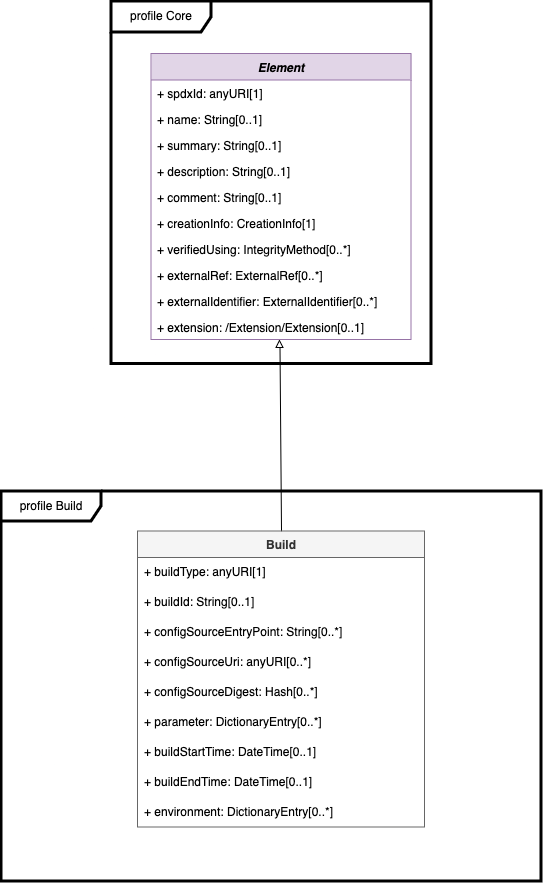
The draw.io diagram images/model-build.png in spdx/spdx-3-model, before a commit. Source tidied: cells renumbered, new cells last; positions are measured from the earlier drawing's top-left corner, leaving out a move shared by most shapes. Its diagram source:
```xml
<mxGraphModel>
  <root>
    <mxCell id="0" />
    <mxCell id="1" parent="0" />
    <mxCell id="2" value="profile Core" style="shape=umlFrame;whiteSpace=wrap;html=1;width=100;height=31;strokeWidth=3;" parent="1" vertex="1">
      <mxGeometry x="110" width="320" height="362.5" as="geometry" />
    </mxCell>
    <mxCell id="3" value="Element" style="swimlane;fontStyle=3;horizontal=1;startSize=26;fillColor=#e1d5e7;strokeColor=#9673a6;" parent="1" vertex="1">
      <mxGeometry x="150" y="52.5" width="260" height="286" as="geometry" />
    </mxCell>
    <mxCell id="4" value="+ spdxId: anyURI[1]" style="text;strokeColor=none;fillColor=none;align=left;verticalAlign=top;spacingLeft=4;spacingRight=4;overflow=hidden;" parent="3" vertex="1">
      <mxGeometry y="26" width="260" height="26" as="geometry" />
    </mxCell>
    <mxCell id="5" value="+ name: String[0..1]" style="text;strokeColor=none;fillColor=none;align=left;verticalAlign=top;spacingLeft=4;spacingRight=4;overflow=hidden;" parent="3" vertex="1">
      <mxGeometry y="52" width="260" height="26" as="geometry" />
    </mxCell>
    <mxCell id="6" value="+ summary: String[0..1]" style="text;strokeColor=none;fillColor=none;align=left;verticalAlign=top;spacingLeft=4;spacingRight=4;overflow=hidden;" parent="3" vertex="1">
      <mxGeometry y="78" width="260" height="26" as="geometry" />
    </mxCell>
    <mxCell id="7" value="+ description: String[0..1]" style="text;strokeColor=none;fillColor=none;align=left;verticalAlign=top;spacingLeft=4;spacingRight=4;overflow=hidden;" parent="3" vertex="1">
      <mxGeometry y="104" width="260" height="26" as="geometry" />
    </mxCell>
    <mxCell id="8" value="+ comment: String[0..1]" style="text;strokeColor=none;fillColor=none;align=left;verticalAlign=top;spacingLeft=4;spacingRight=4;overflow=hidden;" parent="3" vertex="1">
      <mxGeometry y="130" width="260" height="26" as="geometry" />
    </mxCell>
    <mxCell id="9" value="+ creationInfo: CreationInfo[1]" style="text;strokeColor=none;fillColor=none;align=left;verticalAlign=top;spacingLeft=4;spacingRight=4;overflow=hidden;" parent="3" vertex="1">
      <mxGeometry y="156" width="260" height="26" as="geometry" />
    </mxCell>
    <mxCell id="10" value="+ verifiedUsing: IntegrityMethod[0..*]" style="text;strokeColor=none;fillColor=none;align=left;verticalAlign=top;spacingLeft=4;spacingRight=4;overflow=hidden;" parent="3" vertex="1">
      <mxGeometry y="182" width="260" height="26" as="geometry" />
    </mxCell>
    <mxCell id="11" value="+ externalRef: ExternalRef[0..*]" style="text;strokeColor=none;fillColor=none;align=left;verticalAlign=top;spacingLeft=4;spacingRight=4;overflow=hidden;fontColor=#000000;" parent="3" vertex="1">
      <mxGeometry y="208" width="260" height="26" as="geometry" />
    </mxCell>
    <mxCell id="12" value="+ externalIdentifier: ExternalIdentifier[0..*]" style="text;strokeColor=none;fillColor=none;align=left;verticalAlign=top;spacingLeft=4;spacingRight=4;overflow=hidden;" parent="3" vertex="1">
      <mxGeometry y="234" width="260" height="26" as="geometry" />
    </mxCell>
    <mxCell id="13" value="+ extension: /Extension/Extension[0..1]" style="text;strokeColor=none;fillColor=none;align=left;verticalAlign=top;spacingLeft=4;spacingRight=4;overflow=hidden;points=[[0,0.5],[1,0.5]];portConstraint=eastwest;" parent="3" vertex="1">
      <mxGeometry y="260" width="260" height="26" as="geometry" />
    </mxCell>
    <mxCell id="14" style="endArrow=block;html=1;rounded=0;entryX=0.494;entryY=1;entryDx=0;entryDy=0;entryPerimeter=0;exitX=0.5;exitY=0;exitDx=0;exitDy=0;endFill=0;" parent="1" edge="1" source="16" target="13">
      <mxGeometry relative="1" as="geometry" />
    </mxCell>
    <mxCell id="15" value="profile Build" style="shape=umlFrame;whiteSpace=wrap;html=1;width=100;height=30;strokeWidth=3;" parent="1" vertex="1">
      <mxGeometry y="490" width="540" height="390" as="geometry" />
    </mxCell>
    <mxCell id="16" value="Build" style="swimlane;fontStyle=1;horizontal=1;startSize=26;fillColor=#f5f5f5;strokeColor=#666666;fontColor=#333333;" parent="1" vertex="1">
      <mxGeometry x="136.5" y="530" width="287" height="296" as="geometry" />
    </mxCell>
    <mxCell id="17" value="+ buildType: anyURI[1]" style="text;strokeColor=none;fillColor=none;align=left;verticalAlign=middle;spacingLeft=4;spacingRight=4;overflow=hidden;whiteSpace=wrap;html=1;" parent="16" vertex="1">
      <mxGeometry y="26" width="287" height="30" as="geometry" />
    </mxCell>
    <mxCell id="18" value="+ buildId: String[0..1]" style="text;strokeColor=none;fillColor=none;align=left;verticalAlign=middle;spacingLeft=4;spacingRight=4;overflow=hidden;whiteSpace=wrap;html=1;" parent="16" vertex="1">
      <mxGeometry y="56" width="287" height="30" as="geometry" />
    </mxCell>
    <mxCell id="19" value="+ configSourceEntryPoint: String[0..*]" style="text;strokeColor=none;fillColor=none;align=left;verticalAlign=middle;spacingLeft=4;spacingRight=4;overflow=hidden;whiteSpace=wrap;html=1;" parent="16" vertex="1">
      <mxGeometry y="86" width="287" height="30" as="geometry" />
    </mxCell>
    <mxCell id="20" value="+ configSourceUri: anyURI[0..*]" style="text;strokeColor=none;fillColor=none;align=left;verticalAlign=middle;spacingLeft=4;spacingRight=4;overflow=hidden;whiteSpace=wrap;html=1;" parent="16" vertex="1">
      <mxGeometry y="116" width="287" height="30" as="geometry" />
    </mxCell>
    <mxCell id="21" value="+ configSourceDigest: Hash[0..*]" style="text;strokeColor=none;fillColor=none;align=left;verticalAlign=middle;spacingLeft=4;spacingRight=4;overflow=hidden;whiteSpace=wrap;html=1;" parent="16" vertex="1">
      <mxGeometry y="146" width="287" height="30" as="geometry" />
    </mxCell>
    <mxCell id="22" value="+ parameter: DictionaryEntry[0..*]" style="text;strokeColor=none;fillColor=none;align=left;verticalAlign=middle;spacingLeft=4;spacingRight=4;overflow=hidden;whiteSpace=wrap;html=1;" parent="16" vertex="1">
      <mxGeometry y="176" width="287" height="30" as="geometry" />
    </mxCell>
    <mxCell id="23" value="+ buildStartTime: DateTime[0..1]" style="text;strokeColor=none;fillColor=none;align=left;verticalAlign=middle;spacingLeft=4;spacingRight=4;overflow=hidden;whiteSpace=wrap;html=1;" parent="16" vertex="1">
      <mxGeometry y="206" width="287" height="30" as="geometry" />
    </mxCell>
    <mxCell id="24" value="+ buildEndTime: DateTime[0..1]" style="text;strokeColor=none;fillColor=none;align=left;verticalAlign=middle;spacingLeft=4;spacingRight=4;overflow=hidden;whiteSpace=wrap;html=1;" parent="16" vertex="1">
      <mxGeometry y="236" width="287" height="30" as="geometry" />
    </mxCell>
    <mxCell id="25" value="+ environment: DictionaryEntry[0..*]" style="text;strokeColor=none;fillColor=none;align=left;verticalAlign=middle;spacingLeft=4;spacingRight=4;overflow=hidden;whiteSpace=wrap;html=1;" parent="16" vertex="1">
      <mxGeometry y="266" width="287" height="30" as="geometry" />
    </mxCell>
  </root>
</mxGraphModel>
```
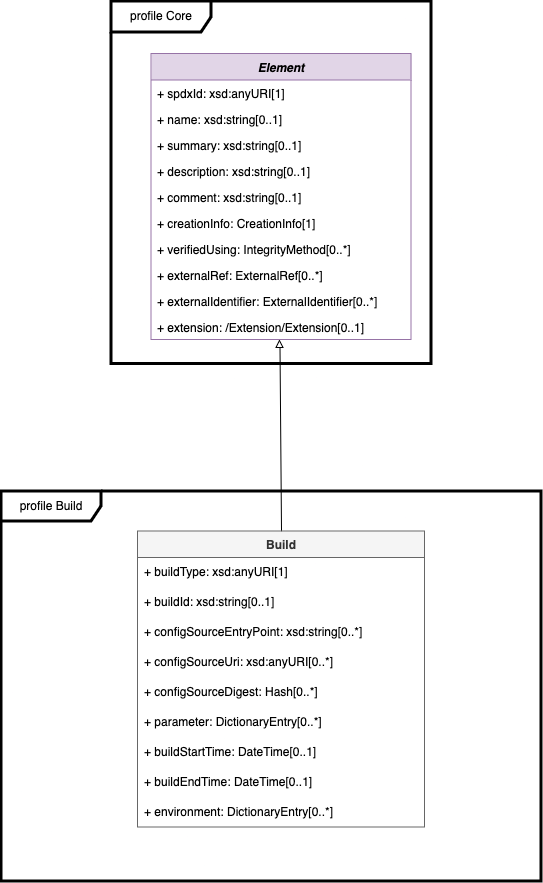
Later version of the same file.

What changed in the source:
```diff
@@ -8,19 +8,19 @@
     <mxCell id="3" value="Element" style="swimlane;fontStyle=3;horizontal=1;startSize=26;fillColor=#e1d5e7;strokeColor=#9673a6;" parent="1" vertex="1">
       <mxGeometry x="150" y="52.5" width="260" height="286" as="geometry" />
     </mxCell>
-    <mxCell id="4" value="+ spdxId: anyURI[1]" style="text;strokeColor=none;fillColor=none;align=left;verticalAlign=top;spacingLeft=4;spacingRight=4;overflow=hidden;" parent="3" vertex="1">
+    <mxCell id="4" value="+ spdxId: xsd:anyURI[1]" style="text;strokeColor=none;fillColor=none;align=left;verticalAlign=top;spacingLeft=4;spacingRight=4;overflow=hidden;" parent="3" vertex="1">
       <mxGeometry y="26" width="260" height="26" as="geometry" />
     </mxCell>
-    <mxCell id="5" value="+ name: String[0..1]" style="text;strokeColor=none;fillColor=none;align=left;verticalAlign=top;spacingLeft=4;spacingRight=4;overflow=hidden;" parent="3" vertex="1">
+    <mxCell id="5" value="+ name: xsd:string[0..1]" style="text;strokeColor=none;fillColor=none;align=left;verticalAlign=top;spacingLeft=4;spacingRight=4;overflow=hidden;" parent="3" vertex="1">
       <mxGeometry y="52" width="260" height="26" as="geometry" />
     </mxCell>
-    <mxCell id="6" value="+ summary: String[0..1]" style="text;strokeColor=none;fillColor=none;align=left;verticalAlign=top;spacingLeft=4;spacingRight=4;overflow=hidden;" parent="3" vertex="1">
+    <mxCell id="6" value="+ summary: xsd:string[0..1]" style="text;strokeColor=none;fillColor=none;align=left;verticalAlign=top;spacingLeft=4;spacingRight=4;overflow=hidden;" parent="3" vertex="1">
       <mxGeometry y="78" width="260" height="26" as="geometry" />
     </mxCell>
-    <mxCell id="7" value="+ description: String[0..1]" style="text;strokeColor=none;fillColor=none;align=left;verticalAlign=top;spacingLeft=4;spacingRight=4;overflow=hidden;" parent="3" vertex="1">
+    <mxCell id="7" value="+ description: xsd:string[0..1]" style="text;strokeColor=none;fillColor=none;align=left;verticalAlign=top;spacingLeft=4;spacingRight=4;overflow=hidden;" parent="3" vertex="1">
       <mxGeometry y="104" width="260" height="26" as="geometry" />
     </mxCell>
-    <mxCell id="8" value="+ comment: String[0..1]" style="text;strokeColor=none;fillColor=none;align=left;verticalAlign=top;spacingLeft=4;spacingRight=4;overflow=hidden;" parent="3" vertex="1">
+    <mxCell id="8" value="+ comment: xsd:string[0..1]" style="text;strokeColor=none;fillColor=none;align=left;verticalAlign=top;spacingLeft=4;spacingRight=4;overflow=hidden;" parent="3" vertex="1">
       <mxGeometry y="130" width="260" height="26" as="geometry" />
     </mxCell>
     <mxCell id="9" value="+ creationInfo: CreationInfo[1]" style="text;strokeColor=none;fillColor=none;align=left;verticalAlign=top;spacingLeft=4;spacingRight=4;overflow=hidden;" parent="3" vertex="1">
@@ -47,16 +47,16 @@
     <mxCell id="16" value="Build" style="swimlane;fontStyle=1;horizontal=1;startSize=26;fillColor=#f5f5f5;strokeColor=#666666;fontColor=#333333;" parent="1" vertex="1">
       <mxGeometry x="136.5" y="530" width="287" height="296" as="geometry" />
     </mxCell>
-    <mxCell id="17" value="+ buildType: anyURI[1]" style="text;strokeColor=none;fillColor=none;align=left;verticalAlign=middle;spacingLeft=4;spacingRight=4;overflow=hidden;whiteSpace=wrap;html=1;" parent="16" vertex="1">
+    <mxCell id="17" value="+ buildType: xsd:anyURI[1]" style="text;strokeColor=none;fillColor=none;align=left;verticalAlign=middle;spacingLeft=4;spacingRight=4;overflow=hidden;whiteSpace=wrap;html=1;" parent="16" vertex="1">
       <mxGeometry y="26" width="287" height="30" as="geometry" />
     </mxCell>
-    <mxCell id="18" value="+ buildId: String[0..1]" style="text;strokeColor=none;fillColor=none;align=left;verticalAlign=middle;spacingLeft=4;spacingRight=4;overflow=hidden;whiteSpace=wrap;html=1;" parent="16" vertex="1">
+    <mxCell id="18" value="+ buildId: xsd:string[0..1]" style="text;strokeColor=none;fillColor=none;align=left;verticalAlign=middle;spacingLeft=4;spacingRight=4;overflow=hidden;whiteSpace=wrap;html=1;" parent="16" vertex="1">
       <mxGeometry y="56" width="287" height="30" as="geometry" />
     </mxCell>
-    <mxCell id="19" value="+ configSourceEntryPoint: String[0..*]" style="text;strokeColor=none;fillColor=none;align=left;verticalAlign=middle;spacingLeft=4;spacingRight=4;overflow=hidden;whiteSpace=wrap;html=1;" parent="16" vertex="1">
+    <mxCell id="19" value="+ configSourceEntryPoint: xsd:string[0..*]" style="text;strokeColor=none;fillColor=none;align=left;verticalAlign=middle;spacingLeft=4;spacingRight=4;overflow=hidden;whiteSpace=wrap;html=1;" parent="16" vertex="1">
       <mxGeometry y="86" width="287" height="30" as="geometry" />
     </mxCell>
-    <mxCell id="20" value="+ configSourceUri: anyURI[0..*]" style="text;strokeColor=none;fillColor=none;align=left;verticalAlign=middle;spacingLeft=4;spacingRight=4;overflow=hidden;whiteSpace=wrap;html=1;" parent="16" vertex="1">
+    <mxCell id="20" value="+ configSourceUri: xsd:anyURI[0..*]" style="text;strokeColor=none;fillColor=none;align=left;verticalAlign=middle;spacingLeft=4;spacingRight=4;overflow=hidden;whiteSpace=wrap;html=1;" parent="16" vertex="1">
       <mxGeometry y="116" width="287" height="30" as="geometry" />
     </mxCell>
     <mxCell id="21" value="+ configSourceDigest: Hash[0..*]" style="text;strokeColor=none;fillColor=none;align=left;verticalAlign=middle;spacingLeft=4;spacingRight=4;overflow=hidden;whiteSpace=wrap;html=1;" parent="16" vertex="1">
```
